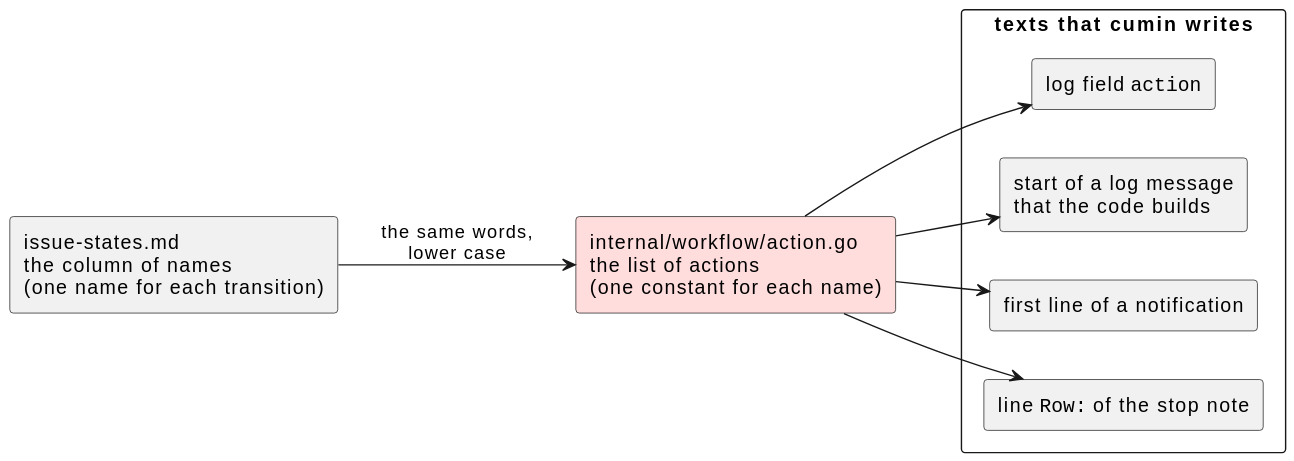
Above: docs/ja/designs/action-names.svg in cloveclovedev/cumin-works (PlantUML), before the change.
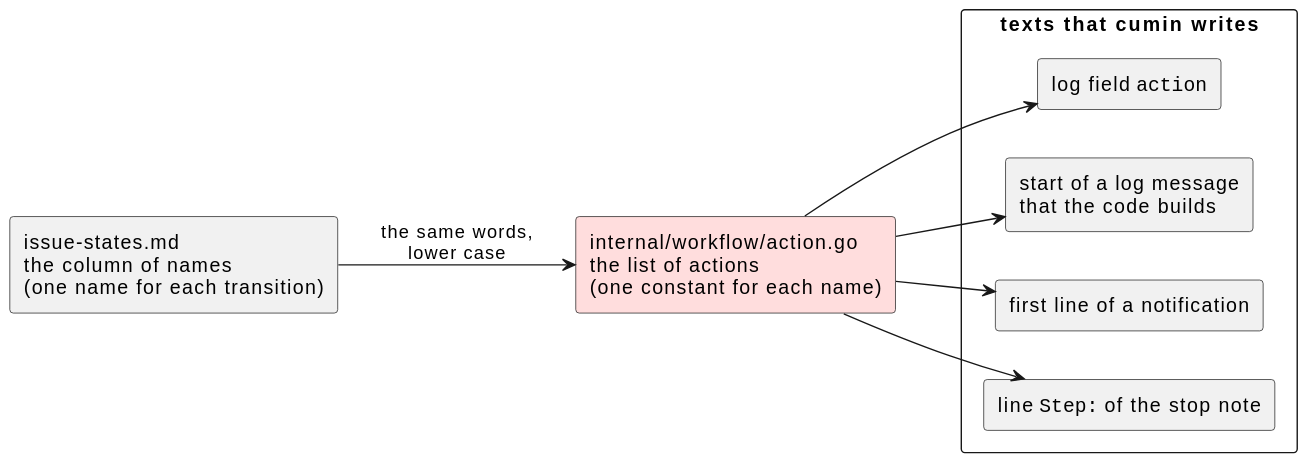
Above is the later version.

What changed in the source:
```diff
@@ -10,7 +10,7 @@
   rectangle "log field ""action""" as field
   rectangle "start of a log message\nthat the code builds" as message
   rectangle "first line of a notification" as notification
-  rectangle "line ""Row:"" of the stop note" as note
+  rectangle "line ""Step:"" of the stop note" as note
 }
 
 source --> list : the same words,\nlower case
```
